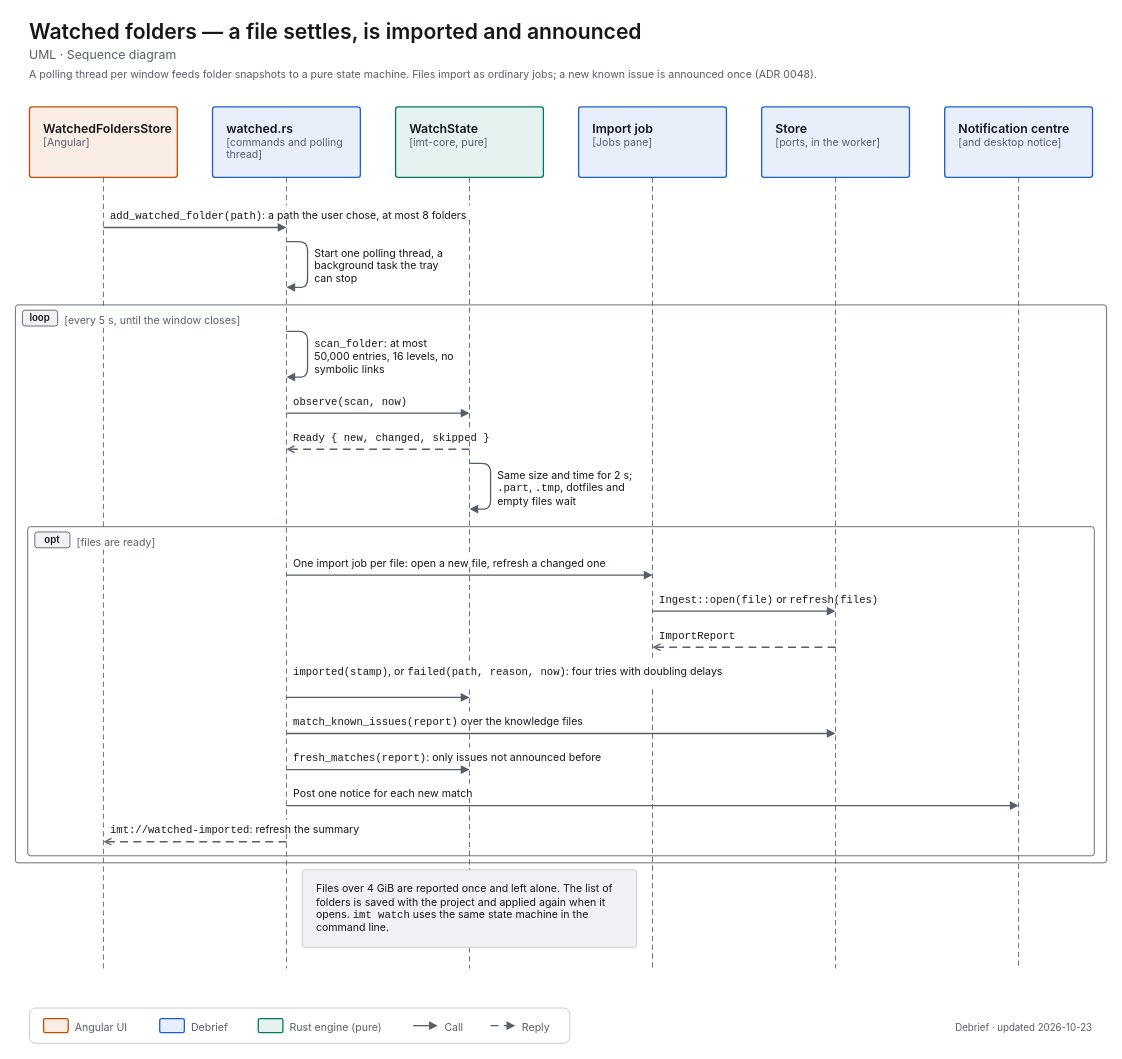
Before: docs/diagrams/uml-seq-watched-folder.drawio in decryp7/integrated_maintenance_tool, a draw.io diagram. Source tidied: cells renumbered, new cells numbered last; positions are measured from the earlier drawing's top-left corner, leaving out a move shared by most shapes. Both pictures are drawn from the tidied source at 88%, with x=0, y=0 at pixel (15, 15).
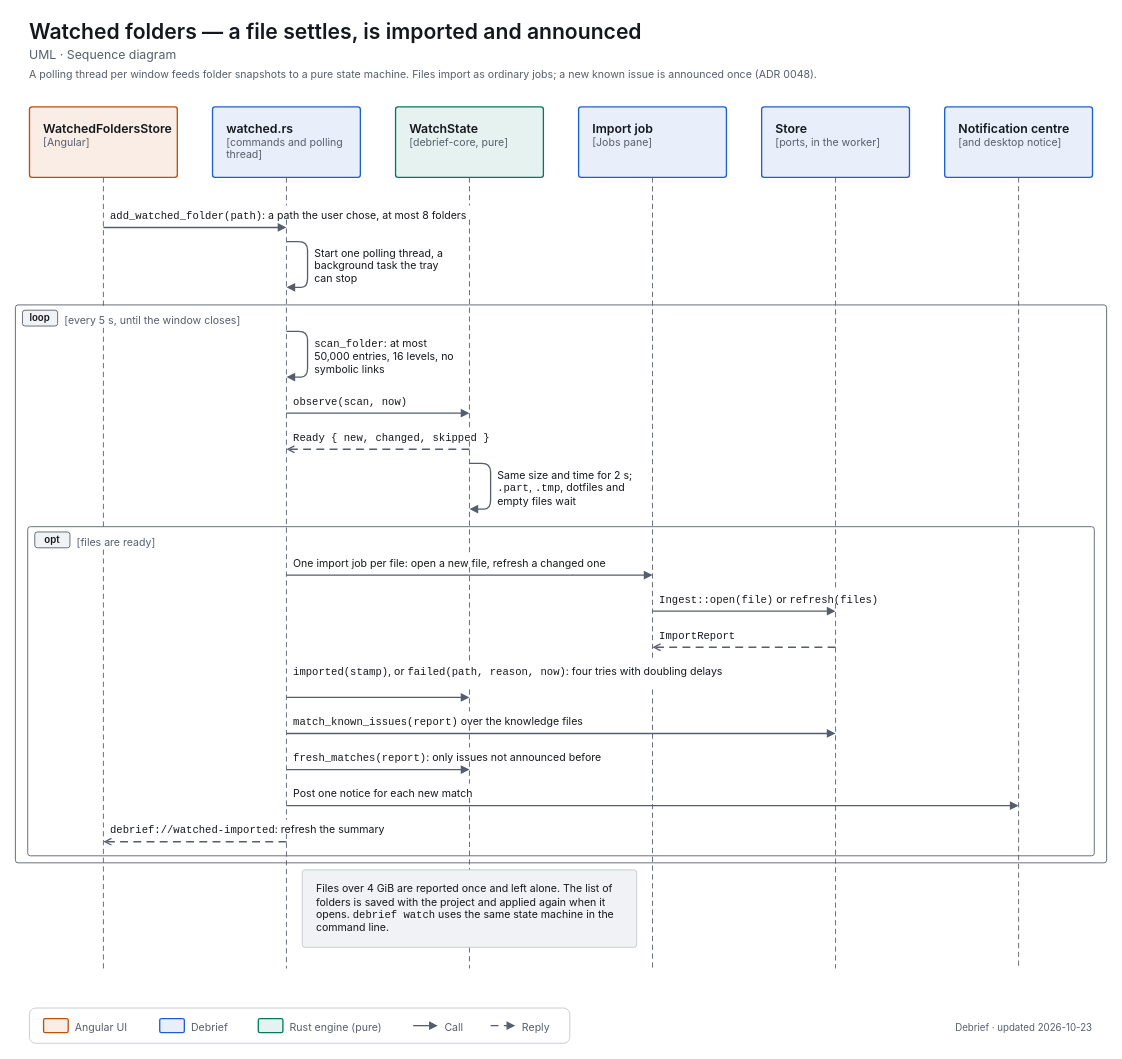
The same page after the edit.

Diff of the diagram source:
```diff
@@
-    <mxCell id="7" value="&lt;span style=&quot;font-size:14px;font-weight:600&quot;&gt;WatchState&lt;/span&gt;&lt;br&gt;&lt;span style=&quot;font-size:12px;color:light-dark(#565E6B,#A0A7B2)&quot;&gt;[imt-core, pure]&lt;/span&gt;" style="html=1;whiteSpace=wrap;fontFamily=-apple-system,BlinkMacSystemFont,Segoe UI,system-ui,sans-serif;fontSize=12;fontColor=light-dark(#14171C,#ECEEF1);rounded=1;absoluteArcSize=1;arcSize=6;strokeWidth=1.5;strokeColor=light-dark(#007A5E,#2EC4A0);fillColor=light-dark(#E6F2EF,#193330);align=left;verticalAlign=top;spacingLeft=14;spacingRight=14;spacingTop=10;spacingBottom=8;" parent="1" vertex="1">
+    <mxCell id="7" value="&lt;span style=&quot;font-size:14px;font-weight:600&quot;&gt;WatchState&lt;/span&gt;&lt;br&gt;&lt;span style=&quot;font-size:12px;color:light-dark(#565E6B,#A0A7B2)&quot;&gt;[debrief-core, pure]&lt;/span&gt;" style="html=1;whiteSpace=wrap;fontFamily=-apple-system,BlinkMacSystemFont,Segoe UI,system-ui,sans-serif;fontSize=12;fontColor=light-dark(#14171C,#ECEEF1);rounded=1;absoluteArcSize=1;arcSize=6;strokeWidth=1.5;strokeColor=light-dark(#007A5E,#2EC4A0);fillColor=light-dark(#E6F2EF,#193330);align=left;verticalAlign=top;spacingLeft=14;spacingRight=14;spacingTop=10;spacingBottom=8;" parent="1" vertex="1">
       <mxGeometry x="432" y="104" width="168" height="80" as="geometry" />
     </mxCell>
@@
-    <mxCell id="56" value="&lt;span style=&quot;font-size:12px;font-weight:400&quot;&gt;&lt;span style=&quot;font-family:ui-monospace,SF Mono,Cascadia Mono,Consolas,monospace;white-space:nowrap&quot;&gt;imt://watched-imported&lt;/span&gt;: refresh the summary&lt;/span&gt;" style="html=1;whiteSpace=wrap;fontFamily=-apple-system,BlinkMacSystemFont,Segoe UI,system-ui,sans-serif;fontSize=12;fontColor=light-dark(#14171C,#ECEEF1);text;strokeColor=none;fillColor=none;align=left;verticalAlign=top;spacing=0;fontColor=light-dark(#14171C,#ECEEF1);" parent="1" vertex="1">
+    <mxCell id="56" value="&lt;span style=&quot;font-size:12px;font-weight:400&quot;&gt;&lt;span style=&quot;font-family:ui-monospace,SF Mono,Cascadia Mono,Consolas,monospace;white-space:nowrap&quot;&gt;debrief://watched-imported&lt;/span&gt;: refresh the summary&lt;/span&gt;" style="html=1;whiteSpace=wrap;fontFamily=-apple-system,BlinkMacSystemFont,Segoe UI,system-ui,sans-serif;fontSize=12;fontColor=light-dark(#14171C,#ECEEF1);text;strokeColor=none;fillColor=none;align=left;verticalAlign=top;spacing=0;fontColor=light-dark(#14171C,#ECEEF1);" parent="1" vertex="1">
       <mxGeometry x="108" y="914" width="322" height="16" as="geometry" />
     </mxCell>
@@
-    <mxCell id="64" value="&lt;span style=&quot;font-size:12px&quot;&gt;Files over 4 GiB are reported once and left alone. The list of folders is saved with the project and applied again when it opens. &lt;span style=&quot;font-family:ui-monospace,SF Mono,Cascadia Mono,Consolas,monospace;white-space:nowrap&quot;&gt;imt watch&lt;/span&gt; uses the same state machine in the command line.&lt;/span&gt;" style="html=1;whiteSpace=wrap;fontFamily=-apple-system,BlinkMacSystemFont,Segoe UI,system-ui,sans-serif;fontSize=12;fontColor=light-dark(#14171C,#ECEEF1);rounded=1;absoluteArcSize=1;arcSize=6;strokeWidth=1;strokeColor=light-dark(#C4C7CD,#353A42);fillColor=light-dark(#F0F2F5,#1B1E23);align=left;verticalAlign=middle;spacingLeft=14;spacingRight=14;" parent="1" vertex="1">
+    <mxCell id="64" value="&lt;span style=&quot;font-size:12px&quot;&gt;Files over 4 GiB are reported once and left alone. The list of folders is saved with the project and applied again when it opens. &lt;span style=&quot;font-family:ui-monospace,SF Mono,Cascadia Mono,Consolas,monospace;white-space:nowrap&quot;&gt;debrief watch&lt;/span&gt; uses the same state machine in the command line.&lt;/span&gt;" style="html=1;whiteSpace=wrap;fontFamily=-apple-system,BlinkMacSystemFont,Segoe UI,system-ui,sans-serif;fontSize=12;fontColor=light-dark(#14171C,#ECEEF1);rounded=1;absoluteArcSize=1;arcSize=6;strokeWidth=1;strokeColor=light-dark(#C4C7CD,#353A42);fillColor=light-dark(#F0F2F5,#1B1E23);align=left;verticalAlign=middle;spacingLeft=14;spacingRight=14;" parent="1" vertex="1">
       <mxGeometry x="326" y="971" width="380" height="88" as="geometry" />
     </mxCell>
```
